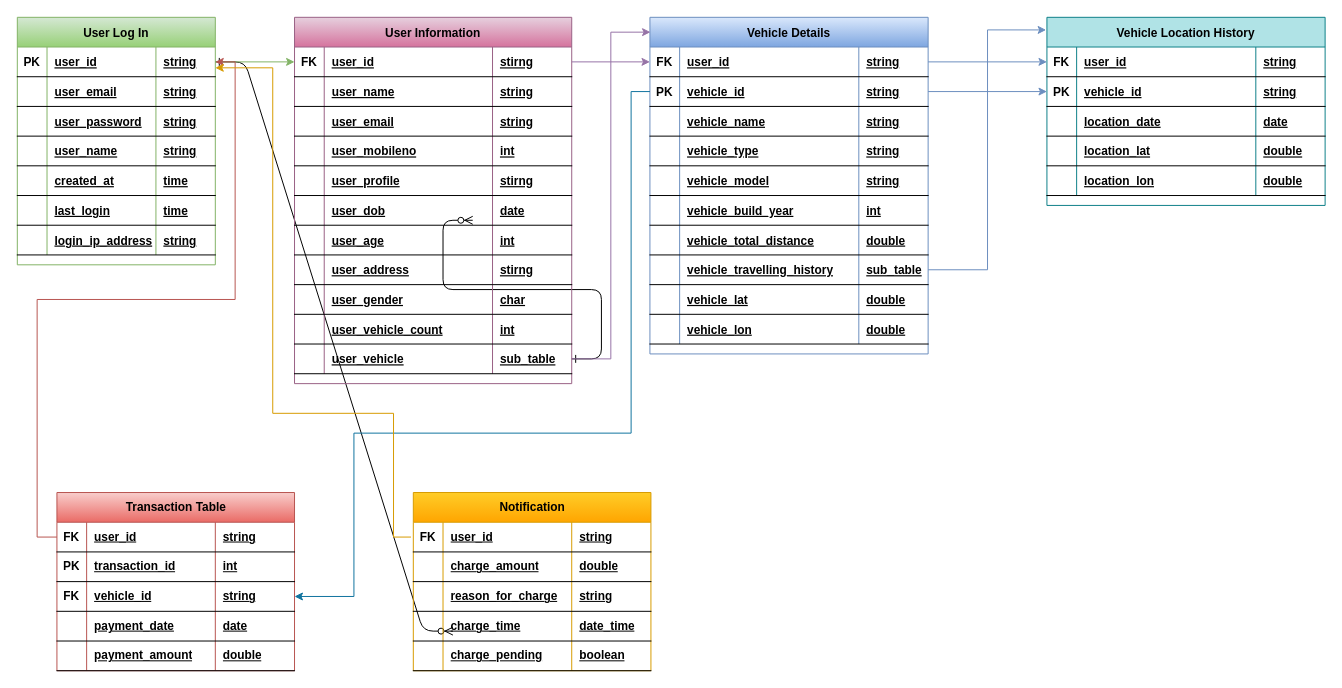
Before: Documents/Database Design/GeoToll_Database_Diagram.drawio in pranavjawale01/GeoToll, a draw.io diagram. Source tidied: cells renumbered, new cells numbered last; positions are measured from the earlier drawing's top-left corner, leaving out a move shared by most shapes. Both pictures are drawn from the tidied source at 99%, with x=0, y=0 at pixel (17, 17).
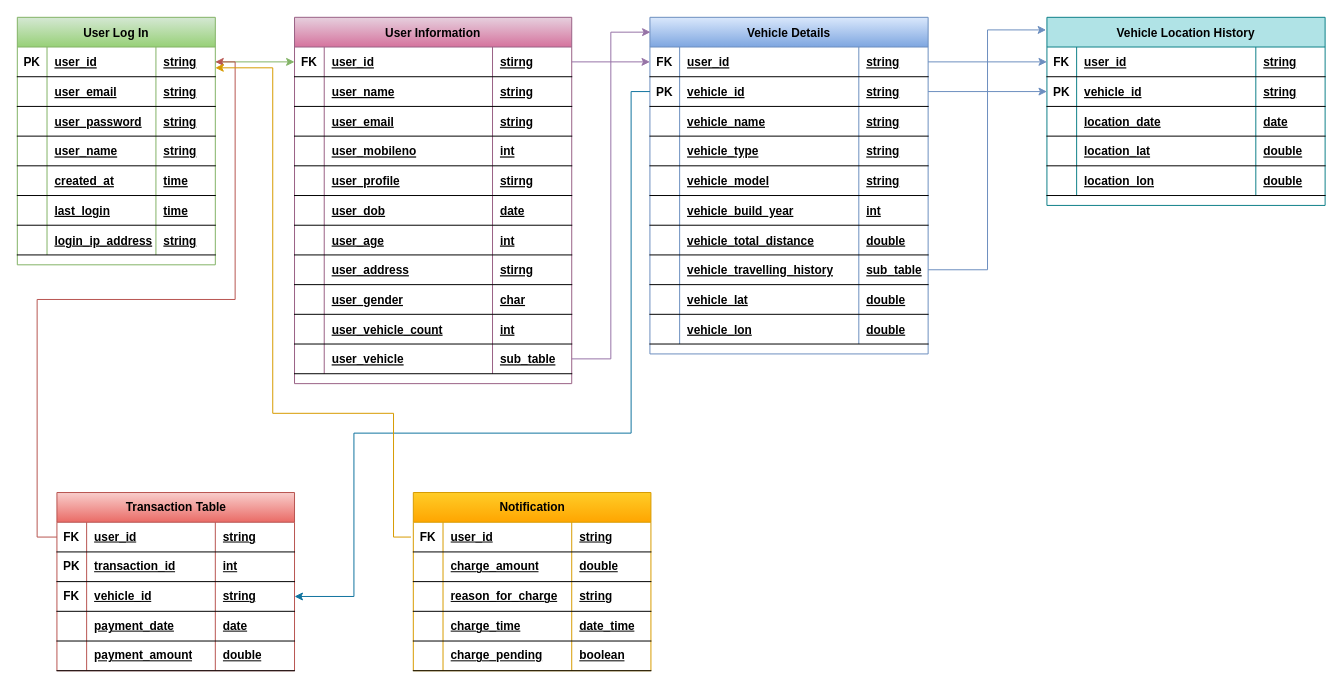
After the change.

Unchanged cells that the change refers to:
```xml
<mxCell id="45" style="shape=partialRectangle;fillColor=none;points=[[0,0.5],[1,0.5]];portConstraint=eastwest;top=0;left=0;right=0;bottom=1;" parent="4" vertex="1">
  <mxGeometry y="330" width="280" height="30" as="geometry" />
</mxCell>
<mxCell id="91" style="shape=partialRectangle;fillColor=none;points=[[0,0.5],[1,0.5]];portConstraint=eastwest;top=0;left=0;right=0;bottom=1;" parent="90" vertex="1">
  <mxGeometry y="30" width="200" height="30" as="geometry" />
</mxCell>
```

Change to the diagram source:
```diff
@@
-    <mxCell id="2" style="edgeStyle=entityRelationEdgeStyle;endArrow=ERzeroToMany;startArrow=ERone;endFill=1;startFill=0;" parent="1" edge="1" source="91">
-      <mxGeometry relative="1" as="geometry">
-        <mxPoint x="440" y="620" as="targetPoint" />
-      </mxGeometry>
-    </mxCell>
-    <mxCell id="3" style="edgeStyle=entityRelationEdgeStyle;endArrow=ERzeroToMany;startArrow=ERone;endFill=1;startFill=0;exitX=1;exitY=0.5;exitDx=0;exitDy=0;" parent="1" edge="1" source="45">
-      <mxGeometry relative="1" as="geometry">
-        <mxPoint x="460" y="205" as="targetPoint" />
-      </mxGeometry>
-    </mxCell>
```
